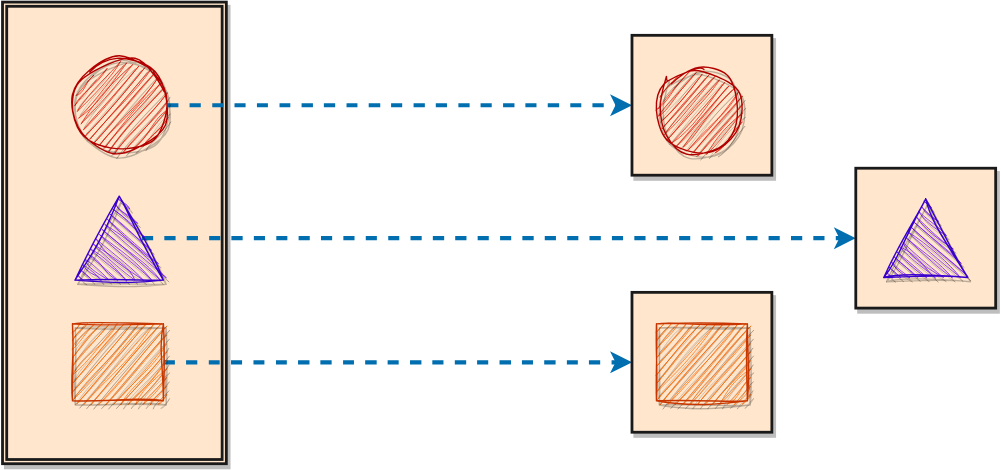
Before: images/srp.drawio.svg, a diagram exported from draw.io (gerasoa/SOLID). Source tidied: cells renumbered, new cells last; positions are measured from the earlier drawing's top-left corner, leaving out a move shared by most shapes.
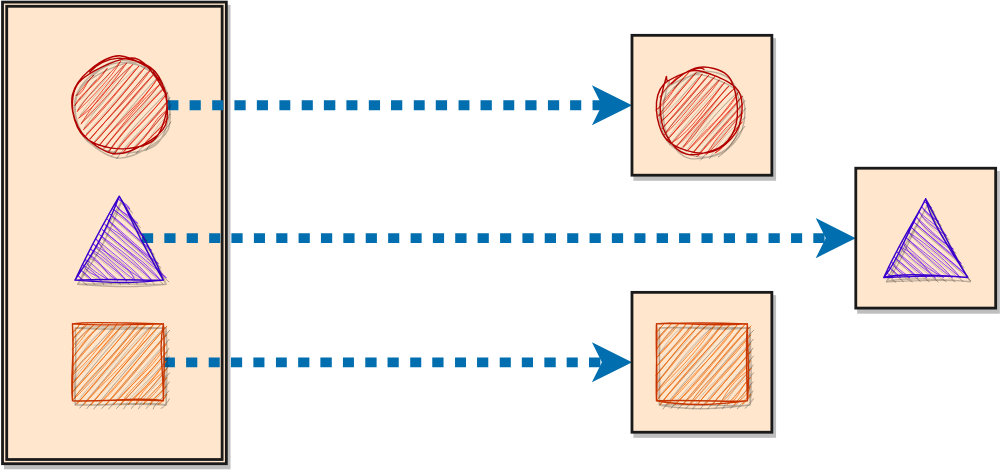
The same file after the commit.

The edit, as a diff of the source:
```diff
@@ -5,19 +5,19 @@
     <mxCell id="2" style="shape=ext;double=1;rounded=0;whiteSpace=wrap;html=1;shadow=1;glass=0;labelBorderColor=none;sketch=0;strokeColor=#1A1A1A;fontFamily=Tahoma;fontSize=13;fillColor=#ffe6cc;strokeWidth=2;fillStyle=solid;" parent="1" vertex="1">
       <mxGeometry width="160" height="330" as="geometry" />
     </mxCell>
-    <mxCell id="3" style="edgeStyle=orthogonalEdgeStyle;curved=1;html=1;exitX=0.5;exitY=1;exitDx=0;exitDy=0;entryX=0;entryY=0.5;entryDx=0;entryDy=0;strokeWidth=3;fontFamily=Tahoma;fontSize=13;flowAnimation=1;fillColor=#1ba1e2;strokeColor=#006EAF;" parent="1" edge="1" source="4" target="11">
+    <mxCell id="3" style="edgeStyle=orthogonalEdgeStyle;curved=1;html=1;exitX=0.5;exitY=1;exitDx=0;exitDy=0;entryX=0;entryY=0.5;entryDx=0;entryDy=0;strokeWidth=7;fontFamily=Tahoma;fontSize=13;flowAnimation=1;fillColor=#1ba1e2;strokeColor=#006EAF;" parent="1" edge="1" source="4" target="11">
       <mxGeometry relative="1" as="geometry" />
     </mxCell>
     <mxCell id="4" style="triangle;whiteSpace=wrap;html=1;rounded=0;shadow=1;glass=0;labelBorderColor=none;sketch=1;strokeColor=#3700CC;fontFamily=Tahoma;fontSize=13;fillColor=#6a00ff;rotation=-90;fontColor=#ffffff;curveFitting=1;jiggle=2;" parent="1" vertex="1">
       <mxGeometry x="53.4" y="137.2" width="60" height="63.1" as="geometry" />
     </mxCell>
-    <mxCell id="5" style="edgeStyle=orthogonalEdgeStyle;curved=1;html=1;exitX=1;exitY=0.5;exitDx=0;exitDy=0;entryX=0;entryY=0.5;entryDx=0;entryDy=0;strokeWidth=3;fontFamily=Tahoma;fontSize=13;flowAnimation=1;fillColor=#1ba1e2;strokeColor=#006EAF;" parent="1" edge="1" source="6" target="13">
+    <mxCell id="5" style="edgeStyle=orthogonalEdgeStyle;curved=1;html=1;exitX=1;exitY=0.5;exitDx=0;exitDy=0;entryX=0;entryY=0.5;entryDx=0;entryDy=0;strokeWidth=7;fontFamily=Tahoma;fontSize=13;flowAnimation=1;fillColor=#1ba1e2;strokeColor=#006EAF;" parent="1" edge="1" source="6" target="13">
       <mxGeometry relative="1" as="geometry" />
     </mxCell>
     <mxCell id="6" style="whiteSpace=wrap;html=1;rounded=0;shadow=1;glass=0;labelBorderColor=none;sketch=1;strokeColor=#C73500;fontFamily=Tahoma;fontSize=13;fillColor=#fa6800;fontColor=#000000;curveFitting=1;jiggle=2;" parent="1" vertex="1">
       <mxGeometry x="50" y="230" width="65" height="55" as="geometry" />
     </mxCell>
-    <mxCell id="7" style="edgeStyle=orthogonalEdgeStyle;curved=1;html=1;exitX=1;exitY=0.5;exitDx=0;exitDy=0;entryX=0;entryY=0.5;entryDx=0;entryDy=0;strokeWidth=3;fontFamily=Tahoma;fontSize=13;flowAnimation=1;fillColor=#1ba1e2;strokeColor=#006EAF;" parent="1" edge="1" source="10" target="8">
+    <mxCell id="7" style="edgeStyle=orthogonalEdgeStyle;curved=1;html=1;exitX=1;exitY=0.5;exitDx=0;exitDy=0;entryX=0;entryY=0.5;entryDx=0;entryDy=0;strokeWidth=7;fontFamily=Tahoma;fontSize=13;flowAnimation=1;fillColor=#1ba1e2;strokeColor=#006EAF;" parent="1" edge="1" source="10" target="8">
       <mxGeometry relative="1" as="geometry" />
     </mxCell>
     <mxCell id="8" style="whiteSpace=wrap;html=1;rounded=0;shadow=1;glass=0;labelBorderColor=none;sketch=0;strokeColor=#1A1A1A;fontFamily=Tahoma;fontSize=13;fillColor=#ffe6cc;fillStyle=solid;strokeWidth=2;" parent="1" vertex="1">
```
